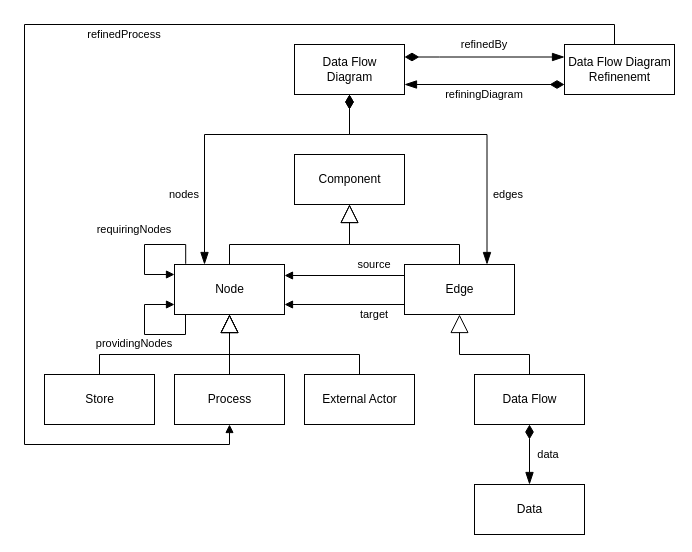
This is page "Seite-4" (4 of 5) of presentation/mm01.drawio from FluidTrust/Palladio-Supporting-DataFlowDiagram, a draw.io file, before an edit. Source tidied: cells renumbered, new cells numbered last; positions are measured from the earlier drawing's top-left corner, leaving out a move shared by most shapes. Both pictures are drawn from the tidied source at 100%, with x=0, y=0 at pixel (24, 24).
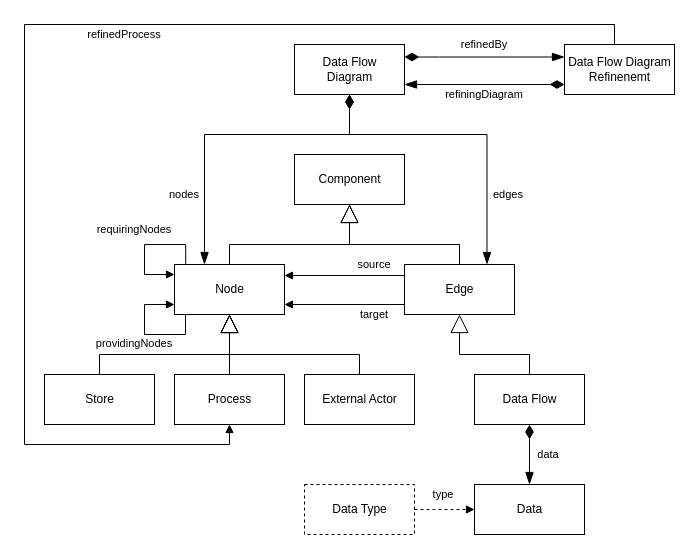
The same page after the edit.

The edit, as a diff of the source:
```diff
@@
+    <mxCell id="38" style="group;" parent="1" vertex="1">
+      <mxGeometry x="280" y="460" width="159" height="50" as="geometry" />
+    </mxCell>
+    <mxCell id="39" value="Data Type" style="html=1;dashed=1;" parent="38" vertex="1">
+      <mxGeometry width="110" height="50" as="geometry" />
+    </mxCell>
+    <mxCell id="40" style="endArrow=block;endFill=1;html=1;edgeStyle=orthogonalEdgeStyle;align=left;verticalAlign=top;exitX=1;exitY=0.5;exitDx=0;exitDy=0;jumpStyle=none;dashed=1;" parent="38" edge="1" source="39">
+      <mxGeometry x="-0.17" y="-21" relative="1" as="geometry">
+        <mxPoint x="170" y="25" as="targetPoint" />
+      </mxGeometry>
+    </mxCell>
+    <mxCell id="41" value="&lt;font style=&quot;font-size: 11px&quot;&gt;type&lt;/font&gt;" style="text;html=1;strokeColor=none;fillColor=none;align=center;verticalAlign=middle;whiteSpace=wrap;rounded=0;" parent="38" vertex="1">
+      <mxGeometry x="119" width="40" height="20" as="geometry" />
+    </mxCell>
```
